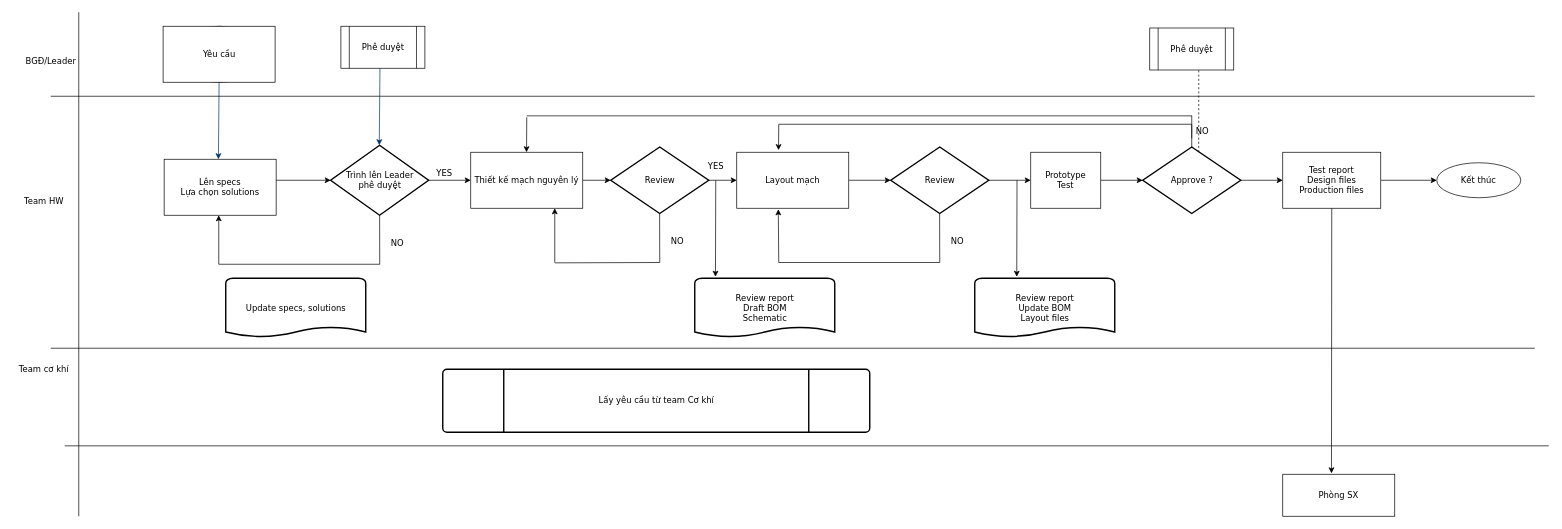
Earlier version of the draw.io diagram QuyTrinh.drawio (anhvanthe/01_my_drawio). Source tidied: cells renumbered, new cells numbered last; positions are measured from the earlier drawing's top-left corner, leaving out a move shared by most shapes. Both pictures are drawn from the tidied source at 70%, with x=0, y=0 at pixel (12, 12).
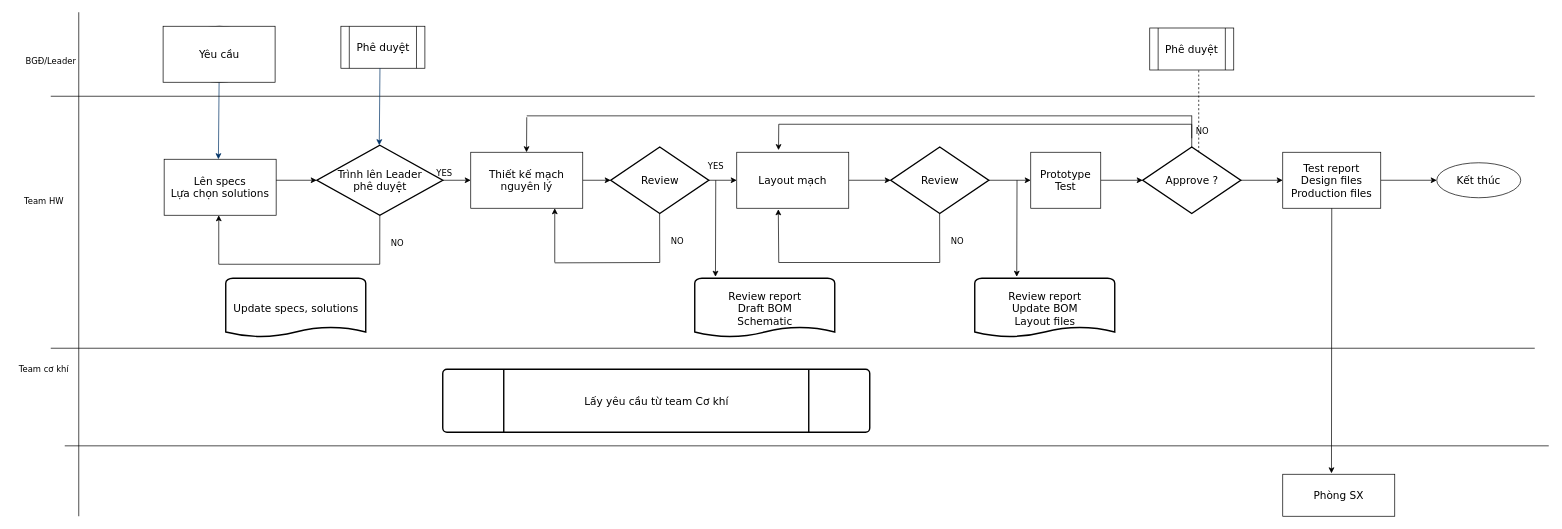
The same page after the edit.

The edit, as a diff of the source:
```diff
@@
-    <mxCell id="4" value="Review report&lt;br&gt;Draft BOM&lt;br&gt;Schematic" style="shape=mxgraph.flowchart.document;strokeWidth=2;gradientColor=none;gradientDirection=north;fontStyle=0;html=1;fontFamily=Verdana;" parent="1" vertex="1">
+    <mxCell id="4" value="Review report&lt;br style=&quot;font-size: 15px;&quot;&gt;Draft BOM&lt;br style=&quot;font-size: 15px;&quot;&gt;Schematic" style="shape=mxgraph.flowchart.document;strokeWidth=2;gradientColor=none;gradientDirection=north;fontStyle=0;html=1;fontFamily=Verdana;fontSize=15;" parent="1" vertex="1">
       <mxGeometry x="975" y="380" width="200" height="85" as="geometry" />
     </mxCell>
@@
-    <mxCell id="6" value="Trình lên Leader&lt;br&gt;phê duyệt" style="shape=mxgraph.flowchart.decision;strokeWidth=2;gradientColor=none;gradientDirection=north;fontStyle=0;html=1;fontFamily=Verdana;" parent="1" vertex="1">
-      <mxGeometry x="454.8" y="190" width="140" height="100" as="geometry" />
+    <mxCell id="6" value="Trình lên Leader&lt;br style=&quot;font-size: 15px;&quot;&gt;phê duyệt" style="shape=mxgraph.flowchart.decision;strokeWidth=2;gradientColor=none;gradientDirection=north;fontStyle=0;html=1;fontFamily=Verdana;fontSize=15;" parent="1" vertex="1">
+      <mxGeometry x="435.2" y="190" width="179.8" height="100" as="geometry" />
     </mxCell>
@@
-    <mxCell id="8" value="Review" style="shape=mxgraph.flowchart.decision;strokeWidth=2;gradientColor=none;gradientDirection=north;fontStyle=0;html=1;fontFamily=Verdana;" parent="1" vertex="1">
+    <mxCell id="8" value="Review" style="shape=mxgraph.flowchart.decision;strokeWidth=2;gradientColor=none;gradientDirection=north;fontStyle=0;html=1;fontFamily=Verdana;fontSize=15;" parent="1" vertex="1">
       <mxGeometry x="855" y="192.5" width="140" height="95" as="geometry" />
     </mxCell>
@@
-    <mxCell id="10" value="&lt;span style=&quot;white-space: nowrap&quot;&gt;Thiết kế mạch nguyên lý&lt;/span&gt;" style="rounded=0;whiteSpace=wrap;html=1;fontFamily=Verdana;" parent="1" vertex="1">
+    <mxCell id="10" value="&lt;span style=&quot;white-space: nowrap ; font-size: 15px&quot;&gt;Thiết kế mạch &lt;br&gt;nguyên lý&lt;/span&gt;" style="rounded=0;whiteSpace=wrap;html=1;fontFamily=Verdana;fontSize=15;" parent="1" vertex="1">
       <mxGeometry x="655" y="200" width="160" height="80" as="geometry" />
     </mxCell>
-    <mxCell id="11" value="Lấy yêu cầu từ team Cơ khí" style="shape=mxgraph.flowchart.predefined_process;strokeWidth=2;gradientColor=none;gradientDirection=north;fontStyle=0;html=1;fontFamily=Verdana;" parent="1" vertex="1">
+    <mxCell id="11" value="Lấy yêu cầu từ team Cơ khí" style="shape=mxgraph.flowchart.predefined_process;strokeWidth=2;gradientColor=none;gradientDirection=north;fontStyle=0;html=1;fontFamily=Verdana;fontSize=15;" parent="1" vertex="1">
       <mxGeometry x="615" y="510" width="610" height="90" as="geometry" />
     </mxCell>
@@
-    <mxCell id="13" value="&lt;span style=&quot;white-space: nowrap&quot;&gt;Layout mạch&lt;/span&gt;" style="rounded=0;whiteSpace=wrap;html=1;fontFamily=Verdana;" parent="1" vertex="1">
+    <mxCell id="13" value="&lt;span style=&quot;white-space: nowrap; font-size: 15px;&quot;&gt;Layout mạch&lt;/span&gt;" style="rounded=0;whiteSpace=wrap;html=1;fontFamily=Verdana;fontSize=15;" parent="1" vertex="1">
       <mxGeometry x="1035" y="200" width="160" height="80" as="geometry" />
     </mxCell>
@@
-    <mxCell id="15" value="Review" style="shape=mxgraph.flowchart.decision;strokeWidth=2;gradientColor=none;gradientDirection=north;fontStyle=0;html=1;fontFamily=Verdana;" parent="1" vertex="1">
+    <mxCell id="15" value="Review" style="shape=mxgraph.flowchart.decision;strokeWidth=2;gradientColor=none;gradientDirection=north;fontStyle=0;html=1;fontFamily=Verdana;fontSize=15;" parent="1" vertex="1">
       <mxGeometry x="1255" y="192.5" width="140" height="95" as="geometry" />
     </mxCell>
@@
-    <mxCell id="17" value="&lt;span style=&quot;white-space: nowrap&quot;&gt;Prototype&lt;br&gt;Test&lt;br&gt;&lt;/span&gt;" style="rounded=0;whiteSpace=wrap;html=1;fontFamily=Verdana;" parent="1" vertex="1">
+    <mxCell id="17" value="&lt;span style=&quot;white-space: nowrap; font-size: 15px;&quot;&gt;Prototype&lt;br style=&quot;font-size: 15px;&quot;&gt;Test&lt;br style=&quot;font-size: 15px;&quot;&gt;&lt;/span&gt;" style="rounded=0;whiteSpace=wrap;html=1;fontFamily=Verdana;fontSize=15;" parent="1" vertex="1">
       <mxGeometry x="1455" y="200" width="100" height="80" as="geometry" />
     </mxCell>
-    <mxCell id="18" value="Review report&lt;br&gt;Update BOM&lt;br&gt;Layout files" style="shape=mxgraph.flowchart.document;strokeWidth=2;gradientColor=none;gradientDirection=north;fontStyle=0;html=1;fontFamily=Verdana;" parent="1" vertex="1">
+    <mxCell id="18" value="Review report&lt;br style=&quot;font-size: 15px;&quot;&gt;Update BOM&lt;br style=&quot;font-size: 15px;&quot;&gt;Layout files" style="shape=mxgraph.flowchart.document;strokeWidth=2;gradientColor=none;gradientDirection=north;fontStyle=0;html=1;fontFamily=Verdana;fontSize=15;" parent="1" vertex="1">
       <mxGeometry x="1375" y="380" width="200" height="85" as="geometry" />
     </mxCell>
@@
-    <mxCell id="21" value="Yêu cầu" style="rounded=0;whiteSpace=wrap;html=1;fontFamily=Verdana;" parent="1" vertex="1">
+    <mxCell id="21" value="Yêu cầu" style="rounded=0;whiteSpace=wrap;html=1;fontFamily=Verdana;fontSize=15;" parent="1" vertex="1">
       <mxGeometry x="215.5" y="20" width="160" height="80" as="geometry" />
     </mxCell>
-    <mxCell id="22" value="Phê duyệt" style="shape=process;whiteSpace=wrap;html=1;backgroundOutline=1;fontFamily=Verdana;" parent="1" vertex="1">
+    <mxCell id="22" value="Phê duyệt" style="shape=process;whiteSpace=wrap;html=1;backgroundOutline=1;fontFamily=Verdana;fontSize=15;" parent="1" vertex="1">
       <mxGeometry x="469.5" y="20" width="120" height="60" as="geometry" />
     </mxCell>
@@
     <mxCell id="27" style="endArrow=classic;html=1;fontFamily=Verdana;" parent="1" edge="1">
       <mxGeometry relative="1" as="geometry">
         <mxPoint x="375" y="240" as="sourcePoint" />
-        <mxPoint x="455" y="240" as="targetPoint" />
+        <mxPoint x="435" y="240" as="targetPoint" />
       </mxGeometry>
     </mxCell>
-    <mxCell id="28" value="Lên specs&lt;br&gt;Lựa chọn solutions" style="rounded=0;whiteSpace=wrap;html=1;fontFamily=Verdana;" parent="1" vertex="1">
+    <mxCell id="28" value="Lên specs&lt;br style=&quot;font-size: 15px;&quot;&gt;Lựa chọn solutions" style="rounded=0;whiteSpace=wrap;html=1;fontFamily=Verdana;fontSize=15;" parent="1" vertex="1">
       <mxGeometry x="217" y="210" width="160" height="80" as="geometry" />
     </mxCell>
@@
-    <mxCell id="46" value="Approve ?" style="shape=mxgraph.flowchart.decision;strokeWidth=2;gradientColor=none;gradientDirection=north;fontStyle=0;html=1;fontFamily=Verdana;" parent="1" vertex="1">
+    <mxCell id="46" value="Approve ?" style="shape=mxgraph.flowchart.decision;strokeWidth=2;gradientColor=none;gradientDirection=north;fontStyle=0;html=1;fontFamily=Verdana;fontSize=15;" parent="1" vertex="1">
       <mxGeometry x="1615" y="192.5" width="140" height="95" as="geometry" />
     </mxCell>
@@
-    <mxCell id="55" value="Update specs, solutions" style="shape=mxgraph.flowchart.document;strokeWidth=2;gradientColor=none;gradientDirection=north;fontStyle=0;html=1;fontFamily=Verdana;" parent="1" vertex="1">
+    <mxCell id="55" value="Update specs, solutions" style="shape=mxgraph.flowchart.document;strokeWidth=2;gradientColor=none;gradientDirection=north;fontStyle=0;html=1;fontFamily=Verdana;fontSize=15;" parent="1" vertex="1">
       <mxGeometry x="305" y="380" width="200" height="85" as="geometry" />
     </mxCell>
@@
-    <mxCell id="57" value="&lt;span style=&quot;white-space: nowrap&quot;&gt;Test report&lt;br&gt;Design files&lt;br&gt;Production files&lt;br&gt;&lt;/span&gt;" style="rounded=0;whiteSpace=wrap;html=1;fontFamily=Verdana;" parent="1" vertex="1">
+    <mxCell id="57" value="&lt;span style=&quot;white-space: nowrap; font-size: 15px;&quot;&gt;Test report&lt;br style=&quot;font-size: 15px;&quot;&gt;Design files&lt;br style=&quot;font-size: 15px;&quot;&gt;Production files&lt;br style=&quot;font-size: 15px;&quot;&gt;&lt;/span&gt;" style="rounded=0;whiteSpace=wrap;html=1;fontFamily=Verdana;fontSize=15;" parent="1" vertex="1">
       <mxGeometry x="1815" y="200" width="140" height="80" as="geometry" />
     </mxCell>
-    <mxCell id="58" value="Phòng SX" style="rounded=0;whiteSpace=wrap;html=1;fontFamily=Verdana;" parent="1" vertex="1">
+    <mxCell id="58" value="Phòng SX" style="rounded=0;whiteSpace=wrap;html=1;fontFamily=Verdana;fontSize=15;" parent="1" vertex="1">
       <mxGeometry x="1815" y="660" width="160" height="60" as="geometry" />
     </mxCell>
@@
-    <mxCell id="61" value="Phê duyệt" style="shape=process;whiteSpace=wrap;html=1;backgroundOutline=1;fontFamily=Verdana;" parent="1" vertex="1">
+    <mxCell id="61" value="Phê duyệt" style="shape=process;whiteSpace=wrap;html=1;backgroundOutline=1;fontFamily=Verdana;fontSize=15;" parent="1" vertex="1">
       <mxGeometry x="1625" y="22.5" width="120" height="60" as="geometry" />
     </mxCell>
@@
-    <mxCell id="63" value="Kết thúc" style="ellipse;whiteSpace=wrap;html=1;fontFamily=Verdana;" parent="1" vertex="1">
+    <mxCell id="63" value="Kết thúc" style="ellipse;whiteSpace=wrap;html=1;fontFamily=Verdana;fontSize=15;" parent="1" vertex="1">
       <mxGeometry x="2035" y="215" width="120" height="50" as="geometry" />
     </mxCell>
```
